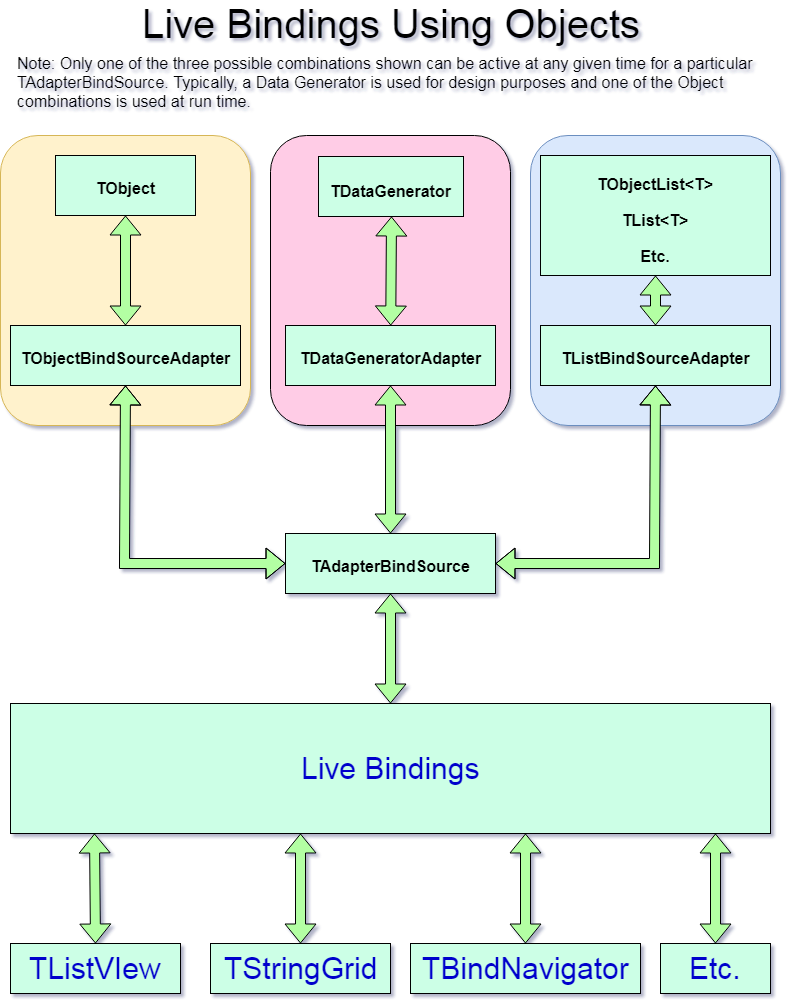
The draw.io diagram Docs/Live Bindings Using Objects.png in Pasquina/delphilivebindingobjects, before a commit. Source tidied: cells renumbered, new cells last; positions are measured from the earlier drawing's top-left corner, leaving out a move shared by most shapes.
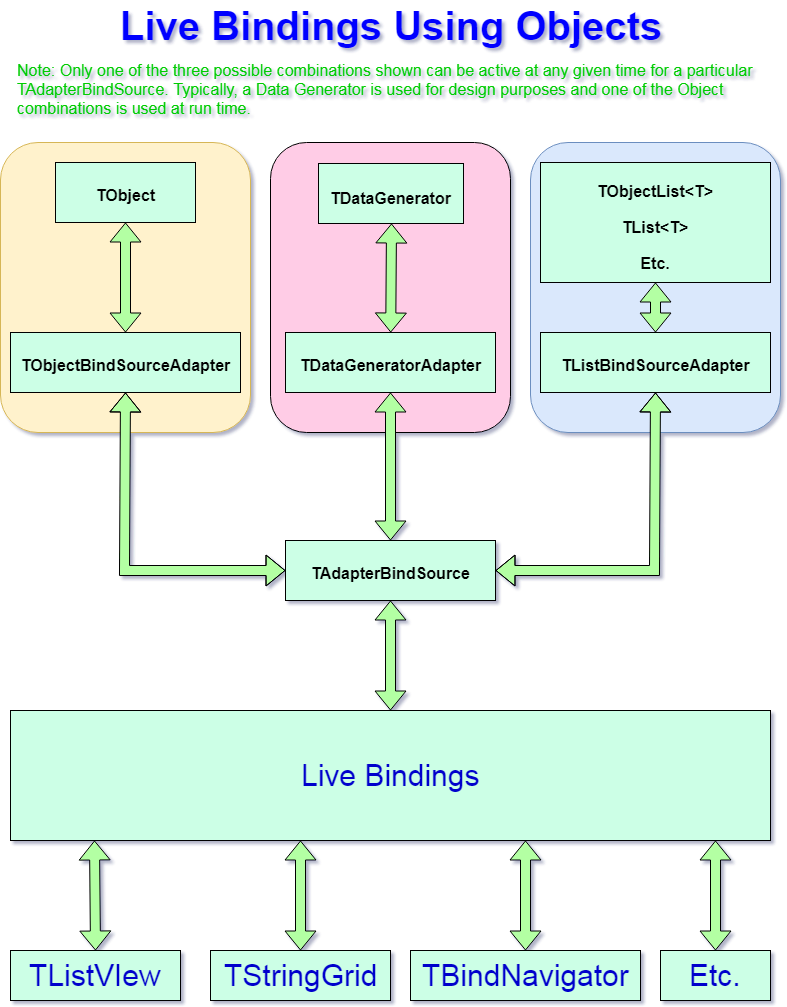
The same file after the commit.

The edit, as a diff of the source:
```diff
@@ -88,10 +88,10 @@
     <mxCell id="27" value="&lt;font style=&quot;font-size: 16px&quot;&gt;&lt;b style=&quot;line-height: 50%&quot;&gt;&lt;span style=&quot;line-height: 0%&quot;&gt;TObjectList&amp;lt;T&amp;gt;&lt;br&gt;TList&amp;lt;T&amp;gt;&lt;br&gt;Etc.&lt;/span&gt;&lt;br&gt;&lt;/b&gt;&lt;/font&gt;" style="html=1;shadow=0;comic=0;labelBackgroundColor=none;fillColor=#CCFFE6;fontSize=30;fontColor=#000000;align=center;" parent="1" vertex="1">
       <mxGeometry x="540" y="142" width="230" height="120" as="geometry" />
     </mxCell>
-    <mxCell id="28" value="&lt;font style=&quot;font-size: 40px&quot;&gt;Live Bindings Using Objects&lt;/font&gt;" style="text;html=1;strokeColor=none;fillColor=none;align=center;verticalAlign=middle;whiteSpace=wrap;rounded=0;shadow=0;comic=0;labelBackgroundColor=none;fontSize=30;fontColor=#000000;" parent="1" vertex="1">
-      <mxGeometry x="110" width="560" height="20" as="geometry" />
+    <mxCell id="28" value="&lt;font style=&quot;font-size: 40px&quot; color=&quot;#0000ff&quot;&gt;&lt;b&gt;Live Bindings Using Objects&lt;/b&gt;&lt;/font&gt;" style="text;html=1;strokeColor=none;fillColor=none;align=center;verticalAlign=middle;whiteSpace=wrap;rounded=0;shadow=0;comic=0;labelBackgroundColor=none;fontSize=30;fontColor=#000000;" parent="1" vertex="1">
+      <mxGeometry x="110" y="-20" width="560" height="50" as="geometry" />
     </mxCell>
-    <mxCell id="29" value="&lt;div style=&quot;text-align: left ; font-size: 16px&quot;&gt;&lt;span style=&quot;font-size: 16px&quot;&gt;&lt;font style=&quot;line-height: 0% ; font-size: 16px&quot;&gt;Note: Only one of the three possible combinations shown can be active at any given time for a particular TAdapterBindSource. Typically, a Data Generator is used for design purposes and one of the Object combinations is used at run time.&lt;/font&gt;&lt;/span&gt;&lt;/div&gt;" style="text;html=1;strokeColor=none;fillColor=none;align=left;verticalAlign=top;whiteSpace=wrap;rounded=0;shadow=0;comic=0;labelBackgroundColor=none;fontSize=16;fontColor=#000000;fontStyle=0;" parent="1" vertex="1">
+    <mxCell id="29" value="&lt;div style=&quot;text-align: left ; font-size: 16px&quot;&gt;&lt;span style=&quot;font-size: 16px&quot;&gt;&lt;font style=&quot;line-height: 0% ; font-size: 16px&quot;&gt;Note: Only one of the three possible combinations shown can be active at any given time for a particular TAdapterBindSource. Typically, a Data Generator is used for design purposes and one of the Object combinations is used at run time.&lt;/font&gt;&lt;/span&gt;&lt;/div&gt;" style="text;html=1;strokeColor=none;fillColor=none;align=left;verticalAlign=top;whiteSpace=wrap;rounded=0;shadow=0;comic=0;labelBackgroundColor=none;fontSize=16;fontColor=#00CC00;fontStyle=0;labelBorderColor=none;" parent="1" vertex="1">
       <mxGeometry x="15" y="34" width="760" height="65" as="geometry" />
     </mxCell>
   </root>
```
